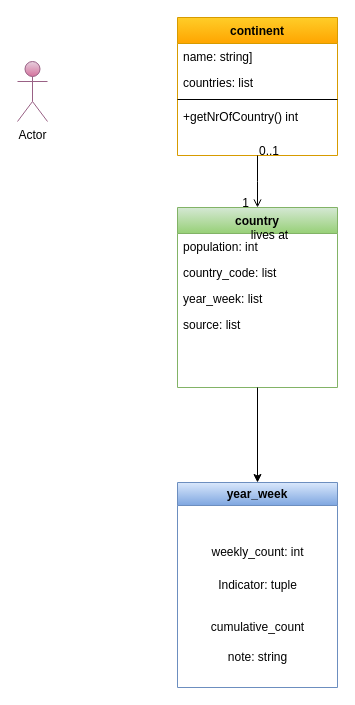
This is practica/week03 mine/Untitled Diagram.drawio from ArachDyrr/MakeAIWork, a draw.io file, before an edit. Source tidied: cells renumbered, new cells numbered last; positions are measured from the earlier drawing's top-left corner, leaving out a move shared by most shapes. Both pictures are drawn from the tidied source at 100%, with x=0, y=0 at pixel (17, 17).
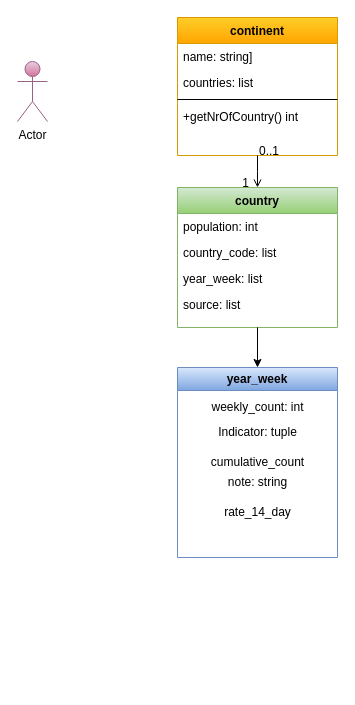
The same diagram, later.

Unchanged cells that the change refers to:
```xml
<mxCell id="12" style="endArrow=open;shadow=0;strokeWidth=1;rounded=0;endFill=1;edgeStyle=elbowEdgeStyle;elbow=vertical;" parent="1" edge="1" source="2" target="7">
  <mxGeometry x="0.5" y="41" relative="1" as="geometry">
    <mxPoint x="-40" y="32" as="offset" />
  </mxGeometry>
</mxCell>
```

Change to the diagram source:
```diff
@@
     <mxCell id="7" value="country" style="swimlane;fontStyle=1;align=center;verticalAlign=top;horizontal=1;startSize=26;rounded=0;shadow=0;strokeWidth=1;fillColor=#d5e8d4;strokeColor=#82b366;gradientColor=#97d077;" parent="1" vertex="1">
-      <mxGeometry x="160" y="190" width="160" height="180" as="geometry" />
+      <mxGeometry x="160" y="170" width="160" height="140" as="geometry" />
     </mxCell>
@@
-    <mxCell id="15" value="lives at" style="text;html=1;align=center;verticalAlign=middle;labelBackgroundColor=none;rounded=0;shadow=0;strokeWidth=1;fontSize=12;" parent="12" vertex="1">
-      <mxGeometry x="0.5" y="49" relative="1" as="geometry">
-        <mxPoint x="-38" y="40" as="offset" />
-      </mxGeometry>
-    </mxCell>
@@
     <mxCell id="18" value="year_week" style="swimlane;whiteSpace=wrap;html=1;fillColor=#dae8fc;gradientColor=#7ea6e0;strokeColor=#6c8ebf;" parent="1" vertex="1">
-      <mxGeometry x="160" y="465" width="160" height="205" as="geometry" />
+      <mxGeometry x="160" y="350" width="160" height="190" as="geometry" />
     </mxCell>
     <mxCell id="19" value="weekly_count: int" style="text;html=1;align=center;verticalAlign=middle;strokeColor=none;fillColor=none;" parent="18" vertex="1">
-      <mxGeometry x="20" y="55" width="120" height="30" as="geometry" />
+      <mxGeometry x="20" y="25" width="120" height="30" as="geometry" />
     </mxCell>
     <mxCell id="20" value="Indicator: tuple&lt;br&gt;" style="text;html=1;align=center;verticalAlign=middle;strokeColor=none;fillColor=none;" parent="18" vertex="1">
-      <mxGeometry x="30" y="87.5" width="100" height="30" as="geometry" />
+      <mxGeometry x="30" y="50" width="100" height="30" as="geometry" />
     </mxCell>
     <mxCell id="21" value="cumulative_count" style="text;html=1;align=center;verticalAlign=middle;strokeColor=none;fillColor=none;fontSize=12;" parent="18" vertex="1">
-      <mxGeometry x="20" y="130" width="120" height="30" as="geometry" />
+      <mxGeometry x="20" y="80" width="120" height="30" as="geometry" />
     </mxCell>
     <mxCell id="22" value="note: string" style="text;html=1;align=center;verticalAlign=middle;strokeColor=none;fillColor=none;fontSize=12;" parent="18" vertex="1">
-      <mxGeometry x="40" y="160" width="80" height="30" as="geometry" />
+      <mxGeometry x="40" y="100" width="80" height="30" as="geometry" />
     </mxCell>
+    <mxCell id="23" value="rate_14_day" style="text;html=1;align=center;verticalAlign=middle;strokeColor=none;fillColor=none;fontSize=12;" parent="18" vertex="1">
+      <mxGeometry x="35" y="130" width="90" height="30" as="geometry" />
+    </mxCell>
```
